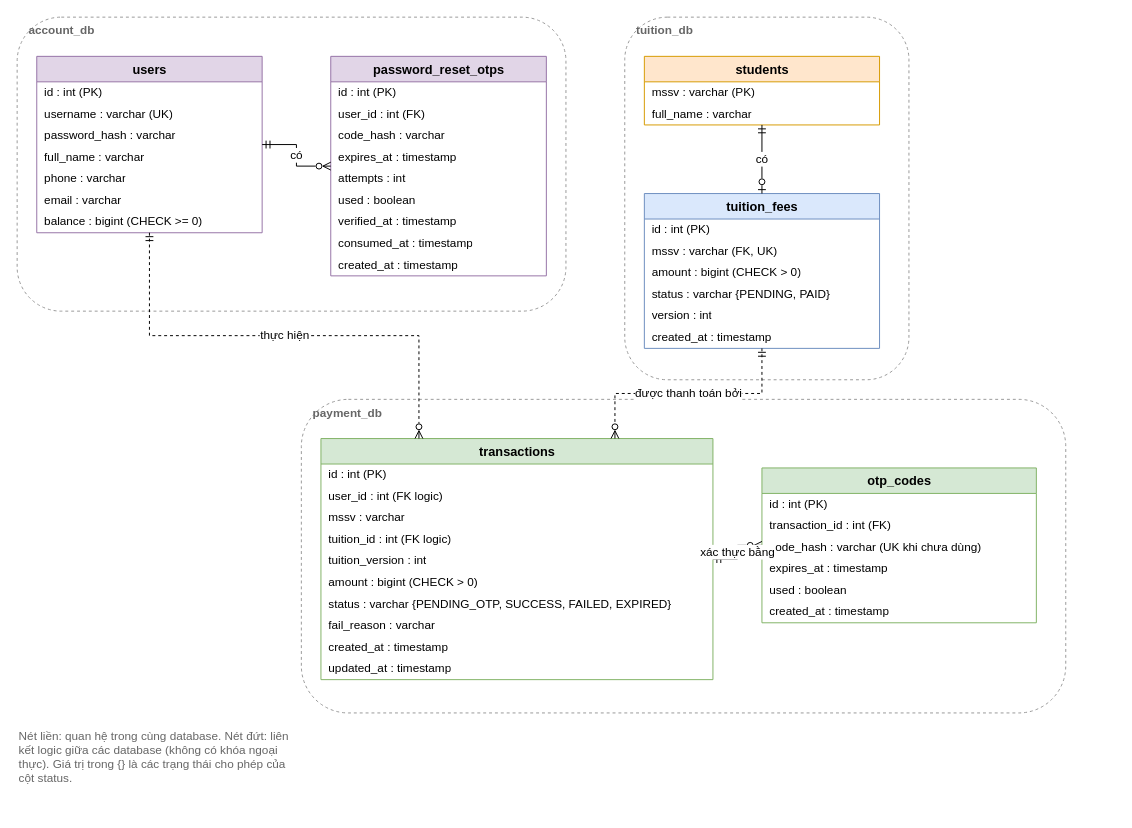
Before: page "2. ERD" (2 of 3) of docs/ibanking-diagrams.drawio in HuuTan12/Midterm_SOA_ITBanking, a draw.io diagram. Source tidied: cells renumbered, new cells numbered last; positions are measured from the earlier drawing's top-left corner, leaving out a move shared by most shapes. Both pictures are drawn from the tidied source at 98%, with x=0, y=0 at pixel (17, 17).
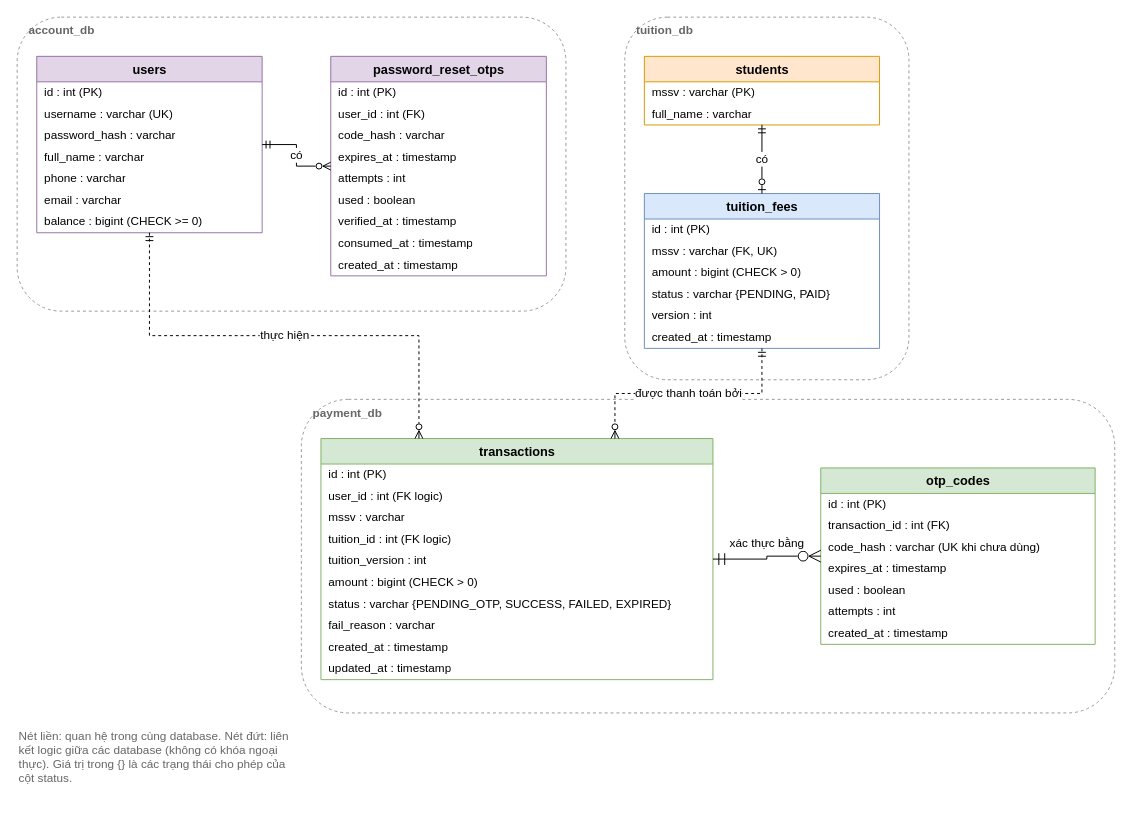
The same page after the edit.

Unchanged cells that the change refers to:
```xml
<mxCell id="33" value="transactions" style="swimlane;fontStyle=1;horizontal=1;startSize=26;html=1;fontSize=13;fillColor=#d5e8d4;strokeColor=#82b366;" parent="1" vertex="1">
  <mxGeometry x="310" y="430" width="400" height="246" as="geometry" />
</mxCell>
```

Diff of the diagram source:
```diff
@@
     <mxCell id="4" value="payment_db" style="rounded=1;whiteSpace=wrap;html=1;fillColor=none;dashed=1;verticalAlign=top;align=left;spacingLeft=10;fontStyle=1;fontSize=12;strokeColor=#999999;fontColor=#666666;" parent="1" vertex="1">
-      <mxGeometry x="290" y="390" width="780" height="320" as="geometry" />
+      <mxGeometry x="290" y="390" width="830" height="320" as="geometry" />
     </mxCell>
@@
     <mxCell id="44" value="otp_codes" style="swimlane;fontStyle=1;horizontal=1;startSize=26;html=1;fontSize=13;fillColor=#d5e8d4;strokeColor=#82b366;" parent="1" vertex="1">
-      <mxGeometry x="760" y="460" width="280" height="158" as="geometry" />
+      <mxGeometry x="820" y="460" width="280" height="180" as="geometry" />
     </mxCell>
@@
+    <mxCell id="57" value="attempts : int" style="text;strokeColor=none;fillColor=none;align=left;verticalAlign=middle;spacingLeft=6;spacingRight=4;overflow=hidden;html=1;fontSize=12;" parent="44" vertex="1">
+      <mxGeometry y="136" width="280" height="22" as="geometry" />
+    </mxCell>
     <mxCell id="50" value="created_at : timestamp" style="text;strokeColor=none;fillColor=none;align=left;verticalAlign=middle;spacingLeft=6;spacingRight=4;overflow=hidden;html=1;fontSize=12;" parent="44" vertex="1">
-      <mxGeometry y="136" width="280" height="22" as="geometry" />
+      <mxGeometry y="158" width="280" height="22" as="geometry" />
     </mxCell>
@@
-    <mxCell id="55" value="xác thực bằng" style="edgeStyle=orthogonalEdgeStyle;rounded=0;html=1;fontSize=12;endFill=0;startFill=0;startArrow=ERmandOne;endArrow=ERzeroToMany;exitX=1;exitY=0.5;entryX=0;entryY=0.5;" parent="1" edge="1" source="33" target="44">
-      <mxGeometry relative="1" as="geometry" />
+    <mxCell id="55" value="xác thực bằng" style="edgeStyle=orthogonalEdgeStyle;rounded=0;html=1;fontSize=12;endFill=0;startFill=0;startArrow=ERmandOne;endArrow=ERzeroToMany;exitX=1;exitY=0.5;entryX=0;entryY=0.5;startSize=10;endSize=10;" parent="1" edge="1" source="33" target="44">
+      <mxGeometry relative="1" as="geometry">
+        <mxPoint y="-14" as="offset" />
+      </mxGeometry>
     </mxCell>
```
